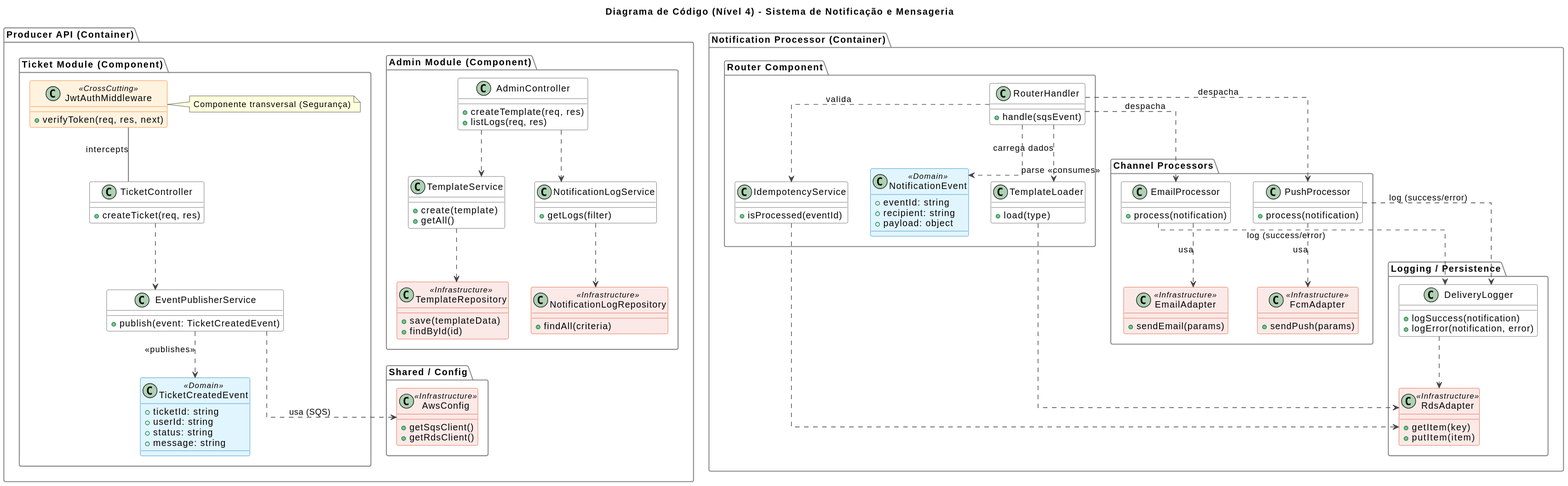
Above: documentacao/C4/diagramas/code-diagram.svg in MiqueiasBento/Sistema-de-Notificacao-e-Mensageria (PlantUML), before the change. The source it was exported from:
```plantuml
@startuml
title Diagrama de Código (Nível 4) - Sistema de Notificação e Mensageria



skinparam linetype ortho
skinparam components {
    FontSize 13
    FontName Arial
    BackgroundColor White
    BorderColor #444444
    ArrowColor #444444
}
skinparam package {
    BackgroundColor White
    BorderColor #888888
}
skinparam class {
    BackgroundColor White
    BorderColor #444444
    ArrowColor #444444
}

skinparam class<<Domain>> {
    BackgroundColor #E1F5FE
    BorderColor #0277BD
}
skinparam class<<Infrastructure>> {
    BackgroundColor #FBE9E7
    BorderColor #D84315
}
skinparam class<<CrossCutting>> {
    BackgroundColor #FFF3E0
    BorderColor #EF6C00
}

package "Producer API (Container)" {

    package "Ticket Module (Component)" {
        class TicketController {
            + createTicket(req, res)
        }

        class EventPublisherService {
            + publish(event: TicketCreatedEvent)
        }

        class TicketCreatedEvent <<Domain>> {
            + ticketId: string
            + userId: string
            + status: string
            + message: string
        }

        class JwtAuthMiddleware <<CrossCutting>> {
            + verifyToken(req, res, next)
        }
        note right of JwtAuthMiddleware : Componente transversal (Segurança)

        TicketController ..> EventPublisherService
        EventPublisherService ..> TicketCreatedEvent : <<publishes>>
        JwtAuthMiddleware -- TicketController : intercepts
    }

    package "Admin Module (Component)" {
        class AdminController {
            + createTemplate(req, res)
            + listLogs(req, res)
        }

        class TemplateService {
            + create(template)
            + getAll()
        }

        class TemplateRepository <<Infrastructure>> {
            + save(templateData)
            + findById(id)
        }

        class NotificationLogService {
            + getLogs(filter)
        }

        class NotificationLogRepository <<Infrastructure>> {
            + findAll(criteria)
        }

        AdminController ..> TemplateService
        AdminController ..> NotificationLogService
        TemplateService ..> TemplateRepository
        NotificationLogService ..> NotificationLogRepository
    }

    package "Shared / Config" {
        class AwsConfig <<Infrastructure>> {
            + getSqsClient()
            + getRdsClient()
        }
    }

    EventPublisherService ..> AwsConfig : usa (SQS)
}

package "Notification Processor (Container)" {

    package "Router Component" {
        class RouterHandler {
            + handle(sqsEvent)
        }

        class IdempotencyService {
            + isProcessed(eventId)
        }

        class TemplateLoader {
            + load(type)
        }

        class NotificationEvent <<Domain>> {
            + eventId: string
            + recipient: string
            + payload: object
        }

        RouterHandler ..> IdempotencyService : valida
        RouterHandler ..> TemplateLoader : carrega dados
        RouterHandler ..> NotificationEvent : parse <<consumes>>
    }

    package "Channel Processors" {
        class EmailProcessor {
            + process(notification)
        }

        class PushProcessor {
            + process(notification)
        }

        class EmailAdapter <<Infrastructure>> {
            + sendEmail(params)
        }

        class FcmAdapter <<Infrastructure>> {
            + sendPush(params)
        }

        EmailProcessor ..> EmailAdapter : usa
        PushProcessor ..> FcmAdapter : usa
    }

    package "Logging / Persistence" {
        class DeliveryLogger {
            + logSuccess(notification)
            + logError(notification, error)
        }

        class RdsAdapter <<Infrastructure>> {
            + getItem(key)
            + putItem(item)
        }
    }

    RouterHandler ..> EmailProcessor : despacha
    RouterHandler ..> PushProcessor : despacha

    EmailProcessor ..> DeliveryLogger : log (success/error)
    PushProcessor ..> DeliveryLogger : log (success/error)

    IdempotencyService ..> RdsAdapter
    TemplateLoader ..> RdsAdapter
    DeliveryLogger ..> RdsAdapter
}
@enduml
```
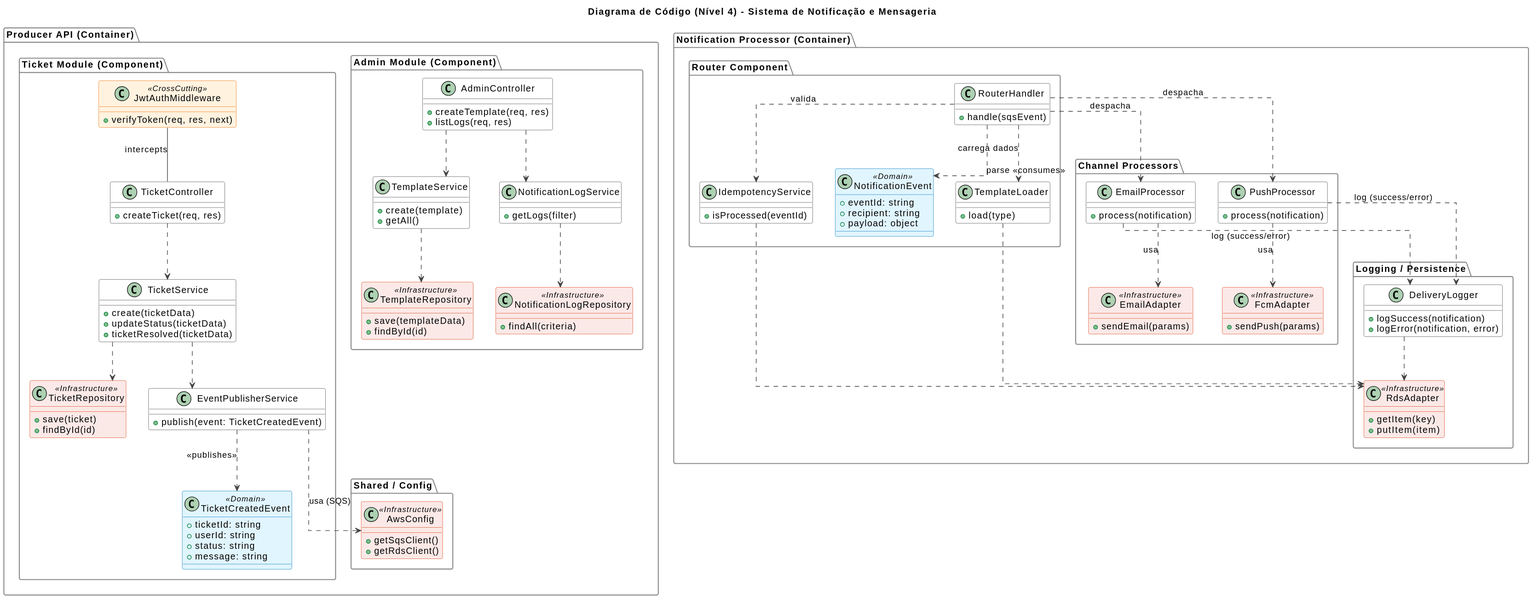
Above is the later version.

Commit message:
docs: atualizando documentacao c4 code

Change to the diagram source:
```diff
@@ -41,6 +41,17 @@
             + createTicket(req, res)
         }
 
+        class TicketService {
+            + create(ticketData)
+            + updateStatus(ticketData)
+            + ticketResolved(ticketData)
+        }
+
+        class TicketRepository <<Infrastructure>> {
+            + save(ticket)
+            + findById(id)
+        }
+
         class EventPublisherService {
             + publish(event: TicketCreatedEvent)
         }
@@ -55,9 +66,10 @@
         class JwtAuthMiddleware <<CrossCutting>> {
             + verifyToken(req, res, next)
         }
-        note right of JwtAuthMiddleware : Componente transversal (Segurança)
 
-        TicketController ..> EventPublisherService
+        TicketController ..> TicketService
+        TicketService ..> TicketRepository
+        TicketService ..> EventPublisherService
         EventPublisherService ..> TicketCreatedEvent : <<publishes>>
         JwtAuthMiddleware -- TicketController : intercepts
     }
```
